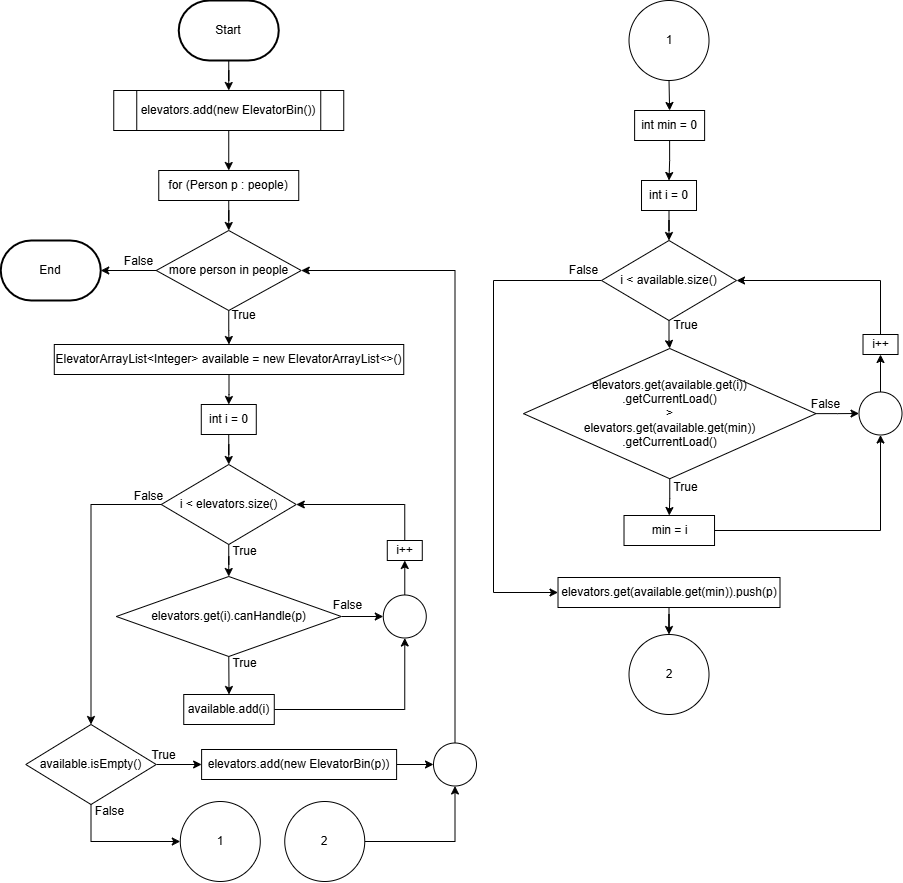
Above: flowcharts/flowcharts-bestFit().drawio.png in Violetlily6060/Algorithm (draw.io), before the change. Source tidied: cells renumbered, new cells last; positions are measured from the earlier drawing's top-left corner, leaving out a move shared by most shapes.
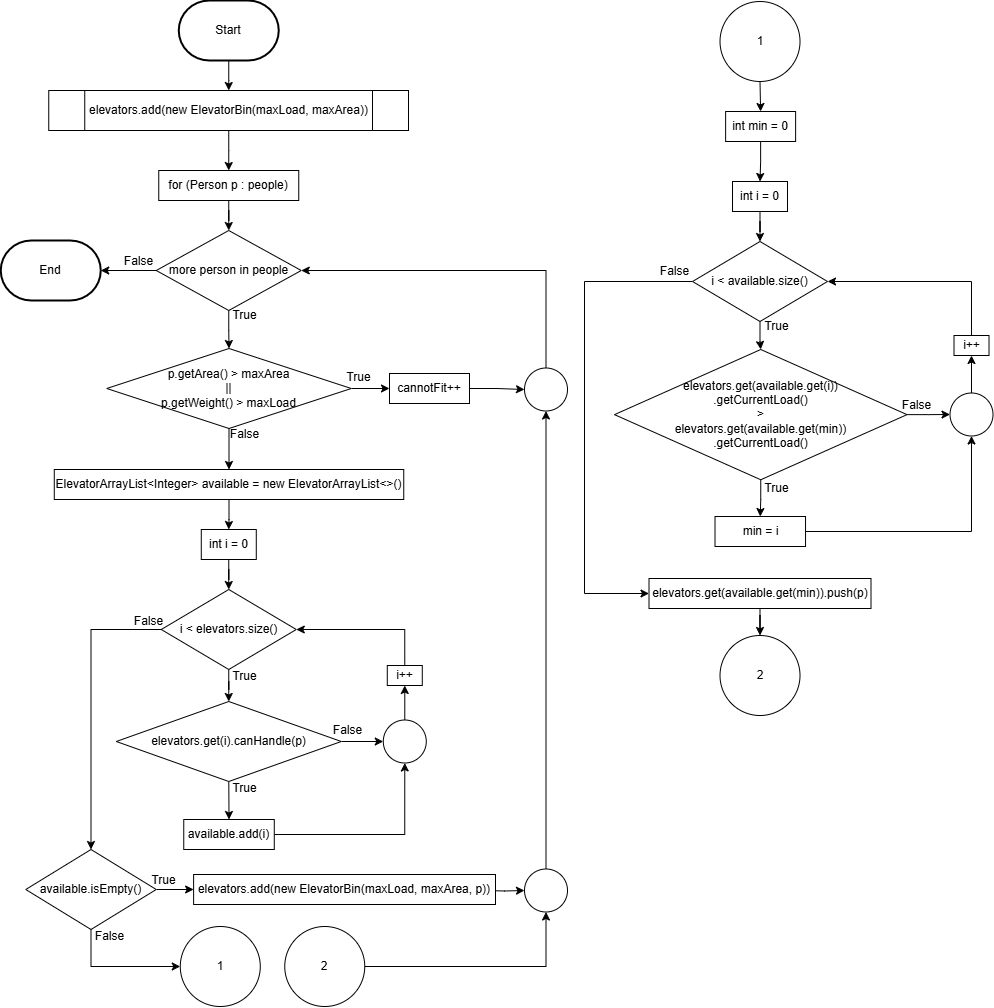
After the commit.

What changed in the source:
```diff
@@ -11,8 +11,8 @@
     <mxCell id="4" style="edgeStyle=orthogonalEdgeStyle;rounded=0;jettySize=auto;html=1;" parent="1" edge="1" source="5" target="7">
       <mxGeometry relative="1" as="geometry" />
     </mxCell>
-    <mxCell id="5" value="elevators.add(new ElevatorBin())" style="shape=process;whiteSpace=wrap;html=1;backgroundOutline=1;" parent="1" vertex="1">
-      <mxGeometry x="113.2" y="90" width="230" height="40" as="geometry" />
+    <mxCell id="5" value="elevators.add(new ElevatorBin(maxLoad, maxArea))" style="shape=process;whiteSpace=wrap;html=1;backgroundOutline=1;" parent="1" vertex="1">
+      <mxGeometry x="48.2" y="90" width="359.8" height="40" as="geometry" />
     </mxCell>
     <mxCell id="6" style="edgeStyle=orthogonalEdgeStyle;rounded=0;jettySize=auto;html=1;" parent="1" edge="1" source="7" target="10">
       <mxGeometry relative="1" as="geometry" />
@@ -23,9 +23,9 @@
     <mxCell id="8" style="edgeStyle=orthogonalEdgeStyle;rounded=0;jettySize=auto;html=1;" parent="1" edge="1" source="10" target="31">
       <mxGeometry relative="1" as="geometry" />
     </mxCell>
-    <mxCell id="9" style="edgeStyle=orthogonalEdgeStyle;rounded=0;jettySize=auto;html=1;" parent="1" edge="1" source="10" target="22">
-      <mxGeometry relative="1" as="geometry" />
-    </mxCell>
+    <mxCell id="71" style="edgeStyle=orthogonalEdgeStyle;rounded=0;jettySize=auto;html=1;" parent="1" edge="1" source="10" target="75">
+      <mxGeometry relative="1" as="geometry" />
+    </mxCell>
     <mxCell id="10" value="more person in people" style="rhombus;whiteSpace=wrap;html=1;" parent="1" vertex="1">
       <mxGeometry x="155.8" y="230" width="145" height="80" as="geometry" />
     </mxCell>
@@ -33,7 +33,7 @@
       <mxGeometry relative="1" as="geometry" />
     </mxCell>
     <mxCell id="12" value="int i = 0" style="rounded=0;whiteSpace=wrap;html=1;" parent="1" vertex="1">
-      <mxGeometry x="200.8" y="404" width="55" height="30" as="geometry" />
+      <mxGeometry x="200.8" y="529" width="55" height="30" as="geometry" />
     </mxCell>
     <mxCell id="13" style="edgeStyle=orthogonalEdgeStyle;rounded=0;jettySize=auto;html=1;" parent="1" edge="1" source="15" target="18">
       <mxGeometry relative="1" as="geometry" />
@@ -42,7 +42,7 @@
       <mxGeometry relative="1" as="geometry" />
     </mxCell>
     <mxCell id="15" value="i &amp;lt; elevators.size()" style="rhombus;whiteSpace=wrap;html=1;" parent="1" vertex="1">
-      <mxGeometry x="160.8" y="464" width="135" height="80" as="geometry" />
+      <mxGeometry x="160.8" y="589" width="135" height="80" as="geometry" />
     </mxCell>
     <mxCell id="16" style="edgeStyle=orthogonalEdgeStyle;rounded=0;jettySize=auto;html=1;exitX=0.5;exitY=1;exitDx=0;exitDy=0;entryX=0.5;entryY=0;entryDx=0;entryDy=0;" parent="1" edge="1" source="18" target="20">
       <mxGeometry relative="1" as="geometry" />
@@ -51,40 +51,40 @@
       <mxGeometry relative="1" as="geometry" />
     </mxCell>
     <mxCell id="18" value="elevators.get(i).canHandle(p)" style="rhombus;whiteSpace=wrap;html=1;" parent="1" vertex="1">
-      <mxGeometry x="115.8" y="576" width="225" height="80" as="geometry" />
+      <mxGeometry x="115.8" y="701" width="225" height="80" as="geometry" />
     </mxCell>
     <mxCell id="19" style="edgeStyle=orthogonalEdgeStyle;rounded=0;jettySize=auto;html=1;exitX=1;exitY=0.5;exitDx=0;exitDy=0;entryX=0.5;entryY=1;entryDx=0;entryDy=0;" parent="1" edge="1" source="20" target="33">
       <mxGeometry relative="1" as="geometry" />
     </mxCell>
     <mxCell id="20" value="available.add(i)" style="rounded=0;whiteSpace=wrap;html=1;" parent="1" vertex="1">
-      <mxGeometry x="183.2" y="694" width="90.5" height="30" as="geometry" />
+      <mxGeometry x="183.2" y="819" width="90.5" height="30" as="geometry" />
     </mxCell>
     <mxCell id="21" style="edgeStyle=orthogonalEdgeStyle;rounded=0;jettySize=auto;html=1;" parent="1" edge="1" source="22" target="12">
       <mxGeometry relative="1" as="geometry" />
     </mxCell>
     <mxCell id="22" value="ElevatorArrayList&amp;lt;Integer&amp;gt; available = new ElevatorArrayList&amp;lt;&amp;gt;()" style="rounded=0;whiteSpace=wrap;html=1;" parent="1" vertex="1">
-      <mxGeometry x="53.8" y="344" width="349.5" height="30" as="geometry" />
+      <mxGeometry x="53.8" y="469" width="349.5" height="30" as="geometry" />
     </mxCell>
     <mxCell id="23" style="edgeStyle=orthogonalEdgeStyle;rounded=0;jettySize=auto;html=1;exitX=0.5;exitY=0;exitDx=0;exitDy=0;entryX=1;entryY=0.5;entryDx=0;entryDy=0;" parent="1" edge="1" source="24" target="15">
       <mxGeometry relative="1" as="geometry" />
     </mxCell>
     <mxCell id="24" value="i++" style="rounded=0;whiteSpace=wrap;html=1;" parent="1" vertex="1">
-      <mxGeometry x="386.8" y="540" width="35" height="20" as="geometry" />
+      <mxGeometry x="386.8" y="665" width="35" height="20" as="geometry" />
     </mxCell>
     <mxCell id="25" value="True" style="text;html=1;align=center;verticalAlign=middle;strokeColor=none;fillColor=none;" parent="1" vertex="1">
-      <mxGeometry x="217.8" y="300" width="50" height="30" as="geometry" />
+      <mxGeometry x="218.8" y="300" width="50" height="30" as="geometry" />
     </mxCell>
     <mxCell id="26" value="True" style="text;html=1;align=center;verticalAlign=middle;strokeColor=none;fillColor=none;" parent="1" vertex="1">
-      <mxGeometry x="218.8" y="536" width="50" height="30" as="geometry" />
+      <mxGeometry x="218.8" y="661" width="50" height="30" as="geometry" />
     </mxCell>
     <mxCell id="27" value="True" style="text;html=1;align=center;verticalAlign=middle;strokeColor=none;fillColor=none;" parent="1" vertex="1">
-      <mxGeometry x="218.8" y="648" width="50" height="30" as="geometry" />
+      <mxGeometry x="218.8" y="773" width="50" height="30" as="geometry" />
     </mxCell>
     <mxCell id="28" value="False" style="text;html=1;align=center;verticalAlign=middle;strokeColor=none;fillColor=none;" parent="1" vertex="1">
-      <mxGeometry x="322.2" y="590" width="50" height="30" as="geometry" />
+      <mxGeometry x="322.2" y="715" width="50" height="30" as="geometry" />
     </mxCell>
     <mxCell id="29" value="False" style="text;html=1;align=center;verticalAlign=middle;strokeColor=none;fillColor=none;" parent="1" vertex="1">
-      <mxGeometry x="123.2" y="481" width="50" height="30" as="geometry" />
+      <mxGeometry x="123.2" y="606" width="50" height="30" as="geometry" />
     </mxCell>
     <mxCell id="30" value="False" style="text;html=1;align=center;verticalAlign=middle;strokeColor=none;fillColor=none;" parent="1" vertex="1">
       <mxGeometry x="113.2" y="246" width="50" height="30" as="geometry" />
@@ -96,7 +96,7 @@
       <mxGeometry relative="1" as="geometry" />
     </mxCell>
     <mxCell id="33" style="ellipse;whiteSpace=wrap;html=1;" parent="1" vertex="1">
-      <mxGeometry x="382.8" y="594.5" width="43" height="43" as="geometry" />
+      <mxGeometry x="382.8" y="719.5" width="43" height="43" as="geometry" />
     </mxCell>
     <mxCell id="34" style="edgeStyle=orthogonalEdgeStyle;rounded=0;jettySize=auto;html=1;" parent="1" edge="1" source="36" target="38">
       <mxGeometry relative="1" as="geometry" />
@@ -105,31 +105,33 @@
       <mxGeometry relative="1" as="geometry" />
     </mxCell>
     <mxCell id="36" value="available.isEmpty()" style="rhombus;whiteSpace=wrap;html=1;" parent="1" vertex="1">
-      <mxGeometry x="25.2" y="724" width="130.5" height="80" as="geometry" />
+      <mxGeometry x="25.2" y="849" width="130.5" height="80" as="geometry" />
     </mxCell>
-    <mxCell id="37" style="edgeStyle=orthogonalEdgeStyle;rounded=0;jettySize=auto;html=1;" parent="1" edge="1" source="38" target="58">
-      <mxGeometry relative="1" as="geometry" />
+    <mxCell id="37" style="edgeStyle=orthogonalEdgeStyle;rounded=0;jettySize=auto;html=1;" parent="1" edge="1" target="58">
+      <mxGeometry relative="1" as="geometry">
+        <mxPoint x="483" y="890" as="sourcePoint" />
+      </mxGeometry>
     </mxCell>
-    <mxCell id="38" value="elevators.add(new ElevatorBin(p))" style="rounded=0;whiteSpace=wrap;html=1;" parent="1" vertex="1">
-      <mxGeometry x="201.1" y="749" width="195" height="30" as="geometry" />
+    <mxCell id="38" value="elevators.add(new ElevatorBin(maxLoad, maxArea, p))" style="rounded=0;whiteSpace=wrap;html=1;" parent="1" vertex="1">
+      <mxGeometry x="193.1" y="874" width="301.9" height="30" as="geometry" />
     </mxCell>
     <mxCell id="39" value="True" style="text;html=1;align=center;verticalAlign=middle;strokeColor=none;fillColor=none;" parent="1" vertex="1">
-      <mxGeometry x="138.2" y="740" width="50" height="30" as="geometry" />
+      <mxGeometry x="138.2" y="865" width="50" height="30" as="geometry" />
     </mxCell>
     <mxCell id="40" style="edgeStyle=orthogonalEdgeStyle;rounded=0;jettySize=auto;html=1;exitX=0.5;exitY=1;exitDx=0;exitDy=0;entryX=0.5;entryY=0;entryDx=0;entryDy=0;" parent="1" edge="1" source="41" target="44">
       <mxGeometry relative="1" as="geometry" />
     </mxCell>
     <mxCell id="41" value="int min = 0" style="rounded=0;whiteSpace=wrap;html=1;" parent="1" vertex="1">
-      <mxGeometry x="634.1" y="110" width="70" height="30" as="geometry" />
+      <mxGeometry x="725.1" y="111" width="70" height="30" as="geometry" />
     </mxCell>
     <mxCell id="42" value="False" style="text;html=1;align=center;verticalAlign=middle;strokeColor=none;fillColor=none;" parent="1" vertex="1">
-      <mxGeometry x="84.2" y="796" width="50" height="30" as="geometry" />
+      <mxGeometry x="84.2" y="921" width="50" height="30" as="geometry" />
     </mxCell>
     <mxCell id="43" style="edgeStyle=orthogonalEdgeStyle;rounded=0;jettySize=auto;html=1;" parent="1" edge="1" source="44" target="47">
       <mxGeometry relative="1" as="geometry" />
     </mxCell>
     <mxCell id="44" value="int i = 0" style="rounded=0;whiteSpace=wrap;html=1;" parent="1" vertex="1">
-      <mxGeometry x="641" y="180" width="55" height="30" as="geometry" />
+      <mxGeometry x="732" y="181" width="55" height="30" as="geometry" />
     </mxCell>
     <mxCell id="45" style="edgeStyle=orthogonalEdgeStyle;rounded=0;jettySize=auto;html=1;" parent="1" edge="1" source="47" target="50">
       <mxGeometry relative="1" as="geometry" />
@@ -137,13 +139,13 @@
     <mxCell id="46" style="edgeStyle=orthogonalEdgeStyle;rounded=0;jettySize=auto;html=1;exitX=0;exitY=0.5;exitDx=0;exitDy=0;entryX=0;entryY=0.5;entryDx=0;entryDy=0;" parent="1" edge="1" source="47" target="65">
       <mxGeometry relative="1" as="geometry">
         <Array as="points">
-          <mxPoint x="493" y="280" />
-          <mxPoint x="493" y="592" />
+          <mxPoint x="584" y="281" />
+          <mxPoint x="584" y="593" />
         </Array>
       </mxGeometry>
     </mxCell>
     <mxCell id="47" value="i &amp;lt; available.size()" style="rhombus;whiteSpace=wrap;html=1;" parent="1" vertex="1">
-      <mxGeometry x="601" y="240" width="135" height="80" as="geometry" />
+      <mxGeometry x="692" y="241" width="135" height="80" as="geometry" />
     </mxCell>
     <mxCell id="48" style="edgeStyle=orthogonalEdgeStyle;rounded=0;jettySize=auto;html=1;" parent="1" edge="1" source="50" target="52">
       <mxGeometry relative="1" as="geometry" />
@@ -152,67 +154,94 @@
       <mxGeometry relative="1" as="geometry" />
     </mxCell>
     <mxCell id="50" value="elevators.get(available.get(i))&lt;div&gt;.getCurrentLoad()&lt;br&gt;&amp;gt;&lt;div&gt;elevators.get(available.get(min))&lt;/div&gt;&lt;div&gt;.getCurrentLoad()&lt;/div&gt;&lt;/div&gt;" style="rhombus;whiteSpace=wrap;html=1;" parent="1" vertex="1">
-      <mxGeometry x="523" y="348" width="292.5" height="130.2" as="geometry" />
+      <mxGeometry x="614" y="349" width="292.5" height="130.2" as="geometry" />
     </mxCell>
     <mxCell id="51" style="edgeStyle=orthogonalEdgeStyle;rounded=0;jettySize=auto;html=1;exitX=1;exitY=0.5;exitDx=0;exitDy=0;entryX=0.5;entryY=1;entryDx=0;entryDy=0;" parent="1" edge="1" source="52" target="56">
       <mxGeometry relative="1" as="geometry" />
     </mxCell>
     <mxCell id="52" value="min = i" style="rounded=0;whiteSpace=wrap;html=1;" parent="1" vertex="1">
-      <mxGeometry x="623.5" y="515" width="90.5" height="30" as="geometry" />
+      <mxGeometry x="714.5" y="516" width="90.5" height="30" as="geometry" />
     </mxCell>
     <mxCell id="53" style="edgeStyle=orthogonalEdgeStyle;rounded=0;jettySize=auto;html=1;exitX=0.5;exitY=0;exitDx=0;exitDy=0;entryX=1;entryY=0.5;entryDx=0;entryDy=0;" parent="1" edge="1" source="54" target="47">
       <mxGeometry relative="1" as="geometry" />
     </mxCell>
     <mxCell id="54" value="i++" style="rounded=0;whiteSpace=wrap;html=1;" parent="1" vertex="1">
-      <mxGeometry x="862.5" y="334" width="35" height="20" as="geometry" />
+      <mxGeometry x="953.5" y="335" width="35" height="20" as="geometry" />
     </mxCell>
     <mxCell id="55" style="edgeStyle=orthogonalEdgeStyle;rounded=0;jettySize=auto;html=1;" parent="1" edge="1" source="56" target="54">
       <mxGeometry relative="1" as="geometry" />
     </mxCell>
     <mxCell id="56" style="ellipse;whiteSpace=wrap;html=1;" parent="1" vertex="1">
-      <mxGeometry x="858.5" y="391.5" width="43" height="43" as="geometry" />
+      <mxGeometry x="949.5" y="392.5" width="43" height="43" as="geometry" />
     </mxCell>
-    <mxCell id="57" style="edgeStyle=orthogonalEdgeStyle;rounded=0;jettySize=auto;html=1;exitX=0.5;exitY=0;exitDx=0;exitDy=0;entryX=1;entryY=0.5;entryDx=0;entryDy=0;" parent="1" edge="1" source="58" target="10">
+    <mxCell id="57" style="edgeStyle=orthogonalEdgeStyle;rounded=0;jettySize=auto;html=1;exitX=0.5;exitY=0;exitDx=0;exitDy=0;entryX=1;entryY=0.5;entryDx=0;entryDy=0;" parent="1" edge="1" source="80" target="10">
       <mxGeometry relative="1" as="geometry" />
     </mxCell>
+    <mxCell id="72" style="edgeStyle=orthogonalEdgeStyle;rounded=0;jettySize=auto;html=1;exitX=0.5;exitY=0;exitDx=0;exitDy=0;entryX=0.5;entryY=1;entryDx=0;entryDy=0;" parent="1" edge="1" source="58" target="80">
+      <mxGeometry relative="1" as="geometry" />
+    </mxCell>
     <mxCell id="58" style="ellipse;whiteSpace=wrap;html=1;" parent="1" vertex="1">
-      <mxGeometry x="433" y="742.5" width="43" height="43" as="geometry" />
+      <mxGeometry x="524" y="868.5" width="43" height="43" as="geometry" />
     </mxCell>
     <mxCell id="59" value="1" style="ellipse;whiteSpace=wrap;html=1;" parent="1" vertex="1">
-      <mxGeometry x="179.8" y="801" width="80" height="80" as="geometry" />
+      <mxGeometry x="179.8" y="926" width="80" height="80" as="geometry" />
     </mxCell>
     <mxCell id="60" style="edgeStyle=orthogonalEdgeStyle;rounded=0;jettySize=auto;html=1;exitX=1;exitY=0.5;exitDx=0;exitDy=0;entryX=0.5;entryY=1;entryDx=0;entryDy=0;" parent="1" edge="1" source="61" target="58">
       <mxGeometry relative="1" as="geometry" />
     </mxCell>
     <mxCell id="61" value="2" style="ellipse;whiteSpace=wrap;html=1;" parent="1" vertex="1">
-      <mxGeometry x="284.2" y="801" width="80" height="80" as="geometry" />
+      <mxGeometry x="284.2" y="926" width="80" height="80" as="geometry" />
     </mxCell>
     <mxCell id="62" style="edgeStyle=orthogonalEdgeStyle;rounded=0;jettySize=auto;html=1;exitX=0.5;exitY=1;exitDx=0;exitDy=0;entryX=0.5;entryY=0;entryDx=0;entryDy=0;" parent="1" edge="1" source="63" target="41">
       <mxGeometry relative="1" as="geometry" />
     </mxCell>
     <mxCell id="63" value="1" style="ellipse;whiteSpace=wrap;html=1;" parent="1" vertex="1">
-      <mxGeometry x="628.5" width="80" height="80" as="geometry" />
+      <mxGeometry x="719.5" y="1" width="80" height="80" as="geometry" />
     </mxCell>
     <mxCell id="64" style="edgeStyle=orthogonalEdgeStyle;rounded=0;jettySize=auto;html=1;" parent="1" edge="1" source="65" target="68">
       <mxGeometry relative="1" as="geometry" />
     </mxCell>
     <mxCell id="65" value="elevators.get(available.get(min)).push(p)" style="rounded=0;whiteSpace=wrap;html=1;" parent="1" vertex="1">
-      <mxGeometry x="557.5" y="577" width="222" height="30" as="geometry" />
+      <mxGeometry x="648.5" y="578" width="222" height="30" as="geometry" />
     </mxCell>
     <mxCell id="66" value="True" style="text;html=1;align=center;verticalAlign=middle;strokeColor=none;fillColor=none;" parent="1" vertex="1">
-      <mxGeometry x="660" y="472" width="50" height="30" as="geometry" />
+      <mxGeometry x="751" y="473" width="50" height="30" as="geometry" />
     </mxCell>
     <mxCell id="67" value="False" style="text;html=1;align=center;verticalAlign=middle;strokeColor=none;fillColor=none;" parent="1" vertex="1">
-      <mxGeometry x="800" y="389" width="50" height="30" as="geometry" />
+      <mxGeometry x="891" y="390" width="50" height="30" as="geometry" />
     </mxCell>
     <mxCell id="68" value="2" style="ellipse;whiteSpace=wrap;html=1;" parent="1" vertex="1">
-      <mxGeometry x="628.5" y="634" width="80" height="80" as="geometry" />
+      <mxGeometry x="719.5" y="635" width="80" height="80" as="geometry" />
     </mxCell>
     <mxCell id="69" value="True" style="text;html=1;align=center;verticalAlign=middle;strokeColor=none;fillColor=none;" parent="1" vertex="1">
-      <mxGeometry x="660" y="310" width="50" height="30" as="geometry" />
+      <mxGeometry x="751" y="311" width="50" height="30" as="geometry" />
     </mxCell>
     <mxCell id="70" value="False" style="text;html=1;align=center;verticalAlign=middle;strokeColor=none;fillColor=none;" parent="1" vertex="1">
-      <mxGeometry x="557.5" y="255" width="50" height="30" as="geometry" />
+      <mxGeometry x="648.5" y="256" width="50" height="30" as="geometry" />
     </mxCell>
+    <mxCell id="73" style="edgeStyle=orthogonalEdgeStyle;rounded=0;jettySize=auto;html=1;" parent="1" edge="1" source="75" target="78">
+      <mxGeometry relative="1" as="geometry" />
+    </mxCell>
+    <mxCell id="74" style="edgeStyle=orthogonalEdgeStyle;rounded=0;jettySize=auto;html=1;" parent="1" edge="1" source="75" target="22">
+      <mxGeometry relative="1" as="geometry" />
+    </mxCell>
+    <mxCell id="75" value="p.getArea() &amp;gt; maxArea&lt;br&gt;||&lt;div&gt;p.getWeight() &amp;gt; maxLoad&lt;/div&gt;" style="rhombus;whiteSpace=wrap;html=1;" parent="1" vertex="1">
+      <mxGeometry x="106.2" y="348" width="244.5" height="80" as="geometry" />
+    </mxCell>
+    <mxCell id="76" value="False" style="text;html=1;align=center;verticalAlign=middle;strokeColor=none;fillColor=none;" parent="1" vertex="1">
+      <mxGeometry x="218.8" y="419" width="50" height="30" as="geometry" />
+    </mxCell>
+    <mxCell id="77" style="edgeStyle=orthogonalEdgeStyle;rounded=0;jettySize=auto;html=1;" parent="1" edge="1" source="78" target="80">
+      <mxGeometry relative="1" as="geometry" />
+    </mxCell>
+    <mxCell id="78" value="cannotFit++" style="rounded=0;whiteSpace=wrap;html=1;" parent="1" vertex="1">
+      <mxGeometry x="389" y="373" width="80" height="30" as="geometry" />
+    </mxCell>
+    <mxCell id="79" value="True" style="text;html=1;align=center;verticalAlign=middle;strokeColor=none;fillColor=none;" parent="1" vertex="1">
+      <mxGeometry x="332.8" y="361.5" width="50" height="30" as="geometry" />
+    </mxCell>
+    <mxCell id="80" style="ellipse;whiteSpace=wrap;html=1;" parent="1" vertex="1">
+      <mxGeometry x="524" y="367.5" width="43" height="43" as="geometry" />
+    </mxCell>
   </root>
 </mxGraphModel>
```
